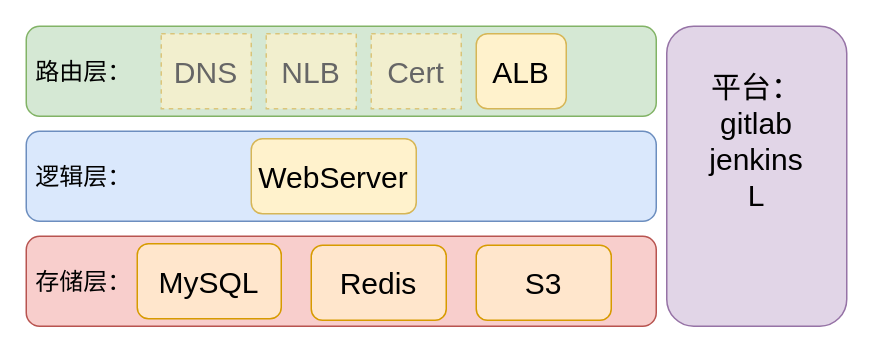
kimbalhuang/test keeps this draw.io diagram as page "架构" (9 of 13) of EntryTask.drawio. Above is the earlier version. Source tidied: cells renumbered, new cells numbered last; positions are measured from the earlier drawing's top-left corner, leaving out a move shared by most shapes. Both pictures are drawn from the tidied source at 150%, with x=0, y=0 at pixel (26, 26).
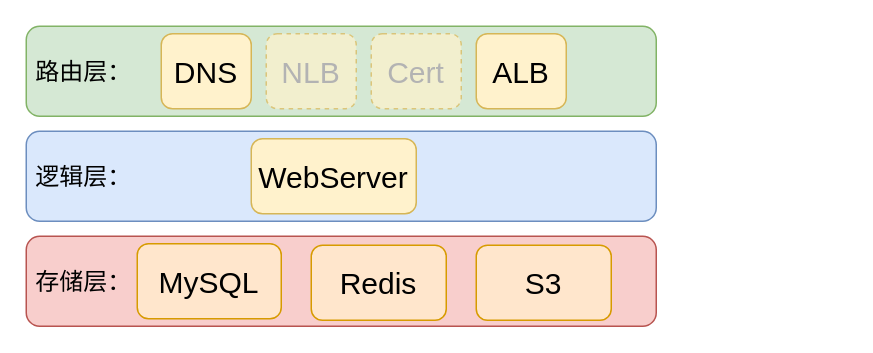
The same page after the edit.

What changed in the source:
```diff
@@
 <mxGraphModel>
   <root>
     <mxCell id="0" />
     <mxCell id="1" parent="0" />
     <mxCell id="2" value="&amp;nbsp;路由层：" style="rounded=1;whiteSpace=wrap;html=1;fontSize=16;fillColor=#d5e8d4;strokeColor=#82b366;align=left;" parent="1" vertex="1">
       <mxGeometry width="420" height="60" as="geometry" />
     </mxCell>
     <mxCell id="3" value="&amp;nbsp;逻辑层：" style="rounded=1;whiteSpace=wrap;html=1;fontSize=16;fillColor=#dae8fc;strokeColor=#6c8ebf;align=left;" parent="1" vertex="1">
       <mxGeometry y="70" width="420" height="60" as="geometry" />
     </mxCell>
     <mxCell id="4" value="&amp;nbsp;存储层：" style="rounded=1;whiteSpace=wrap;html=1;fontSize=16;fillColor=#f8cecc;strokeColor=#b85450;align=left;" parent="1" vertex="1">
       <mxGeometry y="140" width="420" height="60" as="geometry" />
     </mxCell>
     <mxCell id="5" value="&lt;span style=&quot;&quot;&gt;WebServer&lt;/span&gt;" style="rounded=1;whiteSpace=wrap;html=1;fontSize=20;fillColor=#fff2cc;strokeColor=#d6b656;" parent="1" vertex="1">
       <mxGeometry x="150" y="75" width="110" height="50" as="geometry" />
     </mxCell>
     <mxCell id="6" value="MySQL" style="rounded=1;whiteSpace=wrap;html=1;fontSize=20;fillColor=#ffe6cc;strokeColor=#d79b00;" parent="1" vertex="1">
       <mxGeometry x="74" y="145" width="96" height="50" as="geometry" />
     </mxCell>
     <mxCell id="7" value="&lt;span style=&quot;&quot;&gt;S3&lt;/span&gt;" style="rounded=1;whiteSpace=wrap;html=1;fontSize=20;fillColor=#ffe6cc;strokeColor=#d79b00;" parent="1" vertex="1">
       <mxGeometry x="300" y="146" width="90" height="50" as="geometry" />
     </mxCell>
     <mxCell id="8" value="Redis" style="rounded=1;whiteSpace=wrap;html=1;fontSize=20;fillColor=#ffe6cc;strokeColor=#d79b00;" parent="1" vertex="1">
       <mxGeometry x="190" y="146" width="90" height="50" as="geometry" />
     </mxCell>
     <mxCell id="9" value="&lt;span style=&quot;&quot;&gt;ALB&lt;/span&gt;" style="rounded=1;whiteSpace=wrap;html=1;fontSize=20;fillColor=#fff2cc;strokeColor=#d6b656;" parent="1" vertex="1">
       <mxGeometry x="300" y="5" width="60" height="50" as="geometry" />
     </mxCell>
-    <mxCell id="10" value="平台：&lt;br&gt;gitlab&lt;br&gt;jenkins&lt;br&gt;L&lt;br&gt;&lt;br&gt;&lt;br&gt;" style="rounded=1;whiteSpace=wrap;html=1;fontSize=20;fillColor=#e1d5e7;strokeColor=#9673a6;" parent="1" vertex="1">
-      <mxGeometry x="427" width="120" height="200" as="geometry" />
-    </mxCell>
-    <mxCell id="11" value="&lt;span style=&quot;&quot;&gt;&lt;font color=&quot;#666666&quot;&gt;Cert&lt;/font&gt;&lt;/span&gt;" style="rounded=0;whiteSpace=wrap;html=1;fontSize=20;fillColor=#fff2cc;strokeColor=#d6b656;dashed=1;gradientColor=none;glass=0;opacity=70;" parent="1" vertex="1">
+    <mxCell id="11" value="&lt;span style=&quot;&quot;&gt;&lt;font color=&quot;#b3b3b3&quot;&gt;Cert&lt;/font&gt;&lt;/span&gt;" style="rounded=1;whiteSpace=wrap;html=1;fontSize=20;fillColor=#fff2cc;strokeColor=#d6b656;dashed=1;gradientColor=none;glass=0;opacity=70;" parent="1" vertex="1">
       <mxGeometry x="230" y="5" width="60" height="50" as="geometry" />
     </mxCell>
-    <mxCell id="12" value="&lt;span style=&quot;&quot;&gt;&lt;font color=&quot;#666666&quot;&gt;NLB&lt;/font&gt;&lt;/span&gt;" style="rounded=0;whiteSpace=wrap;html=1;fontSize=20;fillColor=#fff2cc;strokeColor=#d6b656;dashed=1;gradientColor=none;glass=0;opacity=70;" parent="1" vertex="1">
+    <mxCell id="12" value="&lt;span style=&quot;&quot;&gt;&lt;font color=&quot;#b3b3b3&quot;&gt;NLB&lt;/font&gt;&lt;/span&gt;" style="rounded=1;whiteSpace=wrap;html=1;fontSize=20;fillColor=#fff2cc;strokeColor=#d6b656;dashed=1;gradientColor=none;glass=0;opacity=70;" parent="1" vertex="1">
       <mxGeometry x="160" y="5" width="60" height="50" as="geometry" />
     </mxCell>
-    <mxCell id="13" value="&lt;font color=&quot;#666666&quot;&gt;DNS&lt;/font&gt;" style="rounded=0;whiteSpace=wrap;html=1;fontSize=20;fillColor=#fff2cc;strokeColor=#d6b656;dashed=1;gradientColor=none;glass=0;opacity=70;" parent="1" vertex="1">
+    <mxCell id="13" value="DNS" style="rounded=1;whiteSpace=wrap;html=1;fontSize=20;fillColor=#fff2cc;strokeColor=#d6b656;gradientColor=none;glass=0;" parent="1" vertex="1">
       <mxGeometry x="90" y="5" width="60" height="50" as="geometry" />
     </mxCell>
   </root>
 </mxGraphModel>
```
